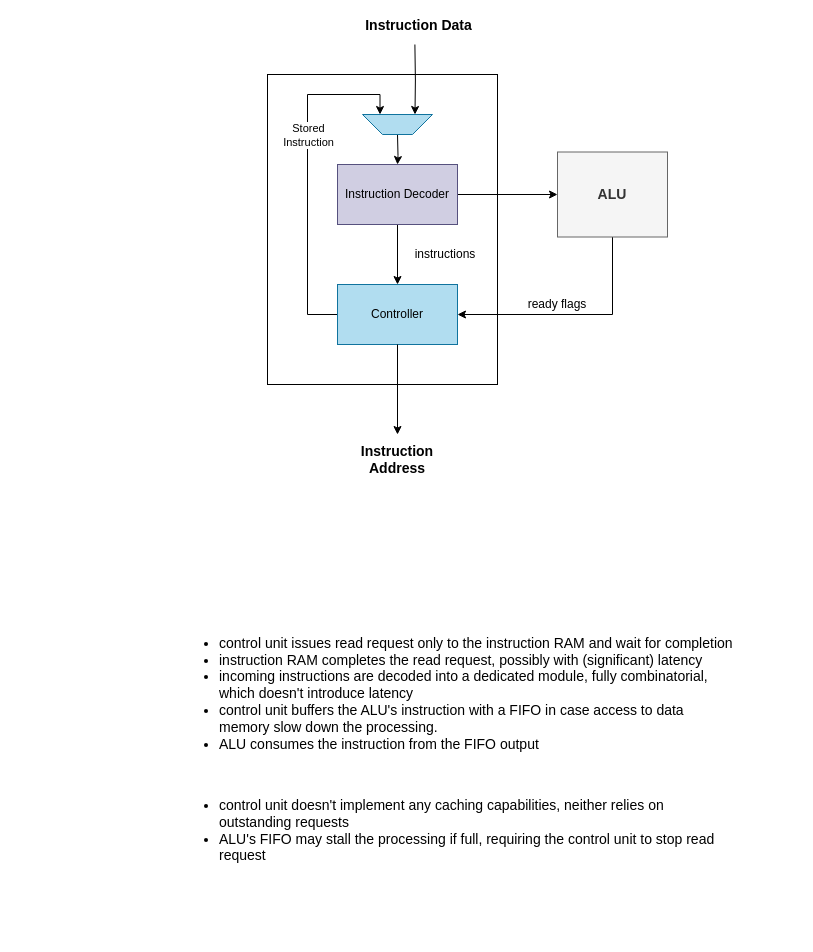
The draw.io diagram page "Control Unit" (2 of 3) of doc/friscv.drawio in dpretet/friscv, before the edit. Source tidied: cells renumbered, new cells numbered last; positions are measured from the earlier drawing's top-left corner, leaving out a move shared by most shapes. Both pictures are drawn from the tidied source at 100%, with x=0, y=0 at pixel (177, 44).
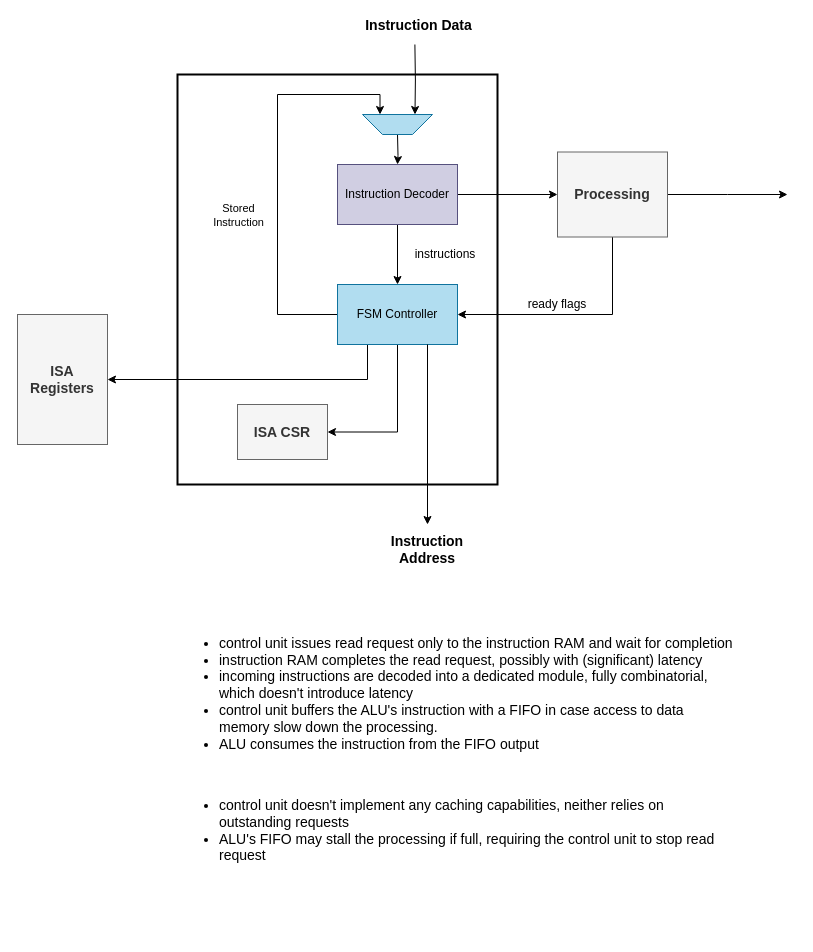
Above is the later version.

Unchanged cells that the change refers to:
```xml
<mxCell id="20" style="shape=trapezoid;perimeter=trapezoidPerimeter;whiteSpace=wrap;html=1;fixedSize=1;strokeColor=#10739e;fontSize=14;align=center;rotation=-180;fillColor=#b1ddf0;" parent="1" vertex="1">
  <mxGeometry x="185" y="70" width="70" height="20" as="geometry" />
</mxCell>
```

The edit, as a diff of the source:
```diff
@@
-    <mxCell id="2" style="rounded=0;whiteSpace=wrap;html=1;" parent="1" vertex="1">
-      <mxGeometry x="90" y="30" width="230" height="310" as="geometry" />
+    <mxCell id="2" style="rounded=0;whiteSpace=wrap;html=1;strokeWidth=2;" parent="1" vertex="1">
+      <mxGeometry y="30" width="320" height="410" as="geometry" />
     </mxCell>
@@
     <mxCell id="7" style="edgeStyle=orthogonalEdgeStyle;rounded=0;jettySize=auto;html=1;exitX=0;exitY=0.5;exitDx=0;exitDy=0;entryX=0.75;entryY=1;entryDx=0;entryDy=0;startArrow=none;startFill=0;fontSize=14;fontColor=#FFFFFF;" parent="1" edge="1" source="9" target="20">
       <mxGeometry relative="1" as="geometry">
         <Array as="points">
-          <mxPoint x="130" y="270" />
-          <mxPoint x="130" y="50" />
+          <mxPoint x="100" y="270" />
+          <mxPoint x="100" y="50" />
           <mxPoint x="203" y="50" />
         </Array>
       </mxGeometry>
     </mxCell>
     <mxCell id="8" value="Stored &lt;br&gt;Instruction" style="edgeLabel;html=1;align=center;verticalAlign=middle;" parent="7" vertex="1">
       <mxGeometry x="0.32" relative="1" as="geometry">
-        <mxPoint y="16" as="offset" />
+        <mxPoint x="-40" y="106" as="offset" />
       </mxGeometry>
     </mxCell>
+    <mxCell id="21" style="edgeStyle=orthogonalEdgeStyle;rounded=0;jettySize=auto;html=1;exitX=0.5;exitY=1;exitDx=0;exitDy=0;entryX=1;entryY=0.5;entryDx=0;entryDy=0;" parent="1" edge="1" source="9" target="24">
+      <mxGeometry relative="1" as="geometry" />
+    </mxCell>
+    <mxCell id="22" style="edgeStyle=orthogonalEdgeStyle;rounded=0;jettySize=auto;html=1;exitX=0.25;exitY=1;exitDx=0;exitDy=0;entryX=1;entryY=0.5;entryDx=0;entryDy=0;fontSize=14;" parent="1" edge="1" source="9" target="25">
+      <mxGeometry relative="1" as="geometry" />
+    </mxCell>
-    <mxCell id="9" value="Controller" style="rounded=0;whiteSpace=wrap;html=1;fillColor=#b1ddf0;strokeColor=#10739e;" parent="1" vertex="1">
+    <mxCell id="9" value="FSM Controller" style="rounded=0;whiteSpace=wrap;html=1;fillColor=#b1ddf0;strokeColor=#10739e;" parent="1" vertex="1">
       <mxGeometry x="160" y="240" width="120" height="60" as="geometry" />
     </mxCell>
@@
+    <mxCell id="23" style="edgeStyle=orthogonalEdgeStyle;rounded=0;jettySize=auto;html=1;exitX=1;exitY=0.5;exitDx=0;exitDy=0;" parent="1" edge="1" source="12">
+      <mxGeometry relative="1" as="geometry">
+        <mxPoint x="610" y="150" as="targetPoint" />
+      </mxGeometry>
+    </mxCell>
-    <mxCell id="12" value="ALU" style="text;html=1;strokeColor=#666666;fillColor=#f5f5f5;align=center;verticalAlign=middle;whiteSpace=wrap;rounded=0;fontSize=14;fontStyle=1;fontColor=#333333;" parent="1" vertex="1">
+    <mxCell id="12" value="Processing" style="text;html=1;strokeColor=#666666;fillColor=#f5f5f5;align=center;verticalAlign=middle;whiteSpace=wrap;rounded=0;fontSize=14;fontStyle=1;fontColor=#333333;" parent="1" vertex="1">
       <mxGeometry x="380" y="107.5" width="110" height="85" as="geometry" />
     </mxCell>
@@
-    <mxCell id="15" style="edgeStyle=orthogonalEdgeStyle;rounded=0;jettySize=auto;html=1;startArrow=none;startFill=0;fontSize=14;entryX=0.5;entryY=0;entryDx=0;entryDy=0;" parent="1" edge="1" source="9" target="16">
+    <mxCell id="15" style="edgeStyle=orthogonalEdgeStyle;rounded=0;jettySize=auto;html=1;startArrow=none;startFill=0;fontSize=14;entryX=0.5;entryY=0;entryDx=0;entryDy=0;exitX=0.75;exitY=1;exitDx=0;exitDy=0;" parent="1" edge="1" source="9" target="16">
       <mxGeometry relative="1" as="geometry" />
     </mxCell>
     <mxCell id="16" value="Instruction Address" style="text;html=1;strokeColor=none;fillColor=none;align=center;verticalAlign=middle;whiteSpace=wrap;rounded=0;fontSize=14;fontStyle=1;" parent="1" vertex="1">
-      <mxGeometry x="180" y="390" width="80" height="50" as="geometry" />
+      <mxGeometry x="210" y="480" width="80" height="50" as="geometry" />
     </mxCell>
@@
+    <mxCell id="24" value="ISA CSR" style="rounded=0;whiteSpace=wrap;html=1;fillColor=#f5f5f5;strokeColor=#666666;fontColor=#333333;fontSize=14;fontStyle=1;" parent="1" vertex="1">
+      <mxGeometry x="60" y="360" width="90" height="55" as="geometry" />
+    </mxCell>
+    <mxCell id="25" value="ISA Registers" style="rounded=0;whiteSpace=wrap;html=1;fillColor=#f5f5f5;strokeColor=#666666;fontColor=#333333;fontStyle=1;fontSize=14;" parent="1" vertex="1">
+      <mxGeometry x="-160" y="270" width="90" height="130" as="geometry" />
+    </mxCell>
```
